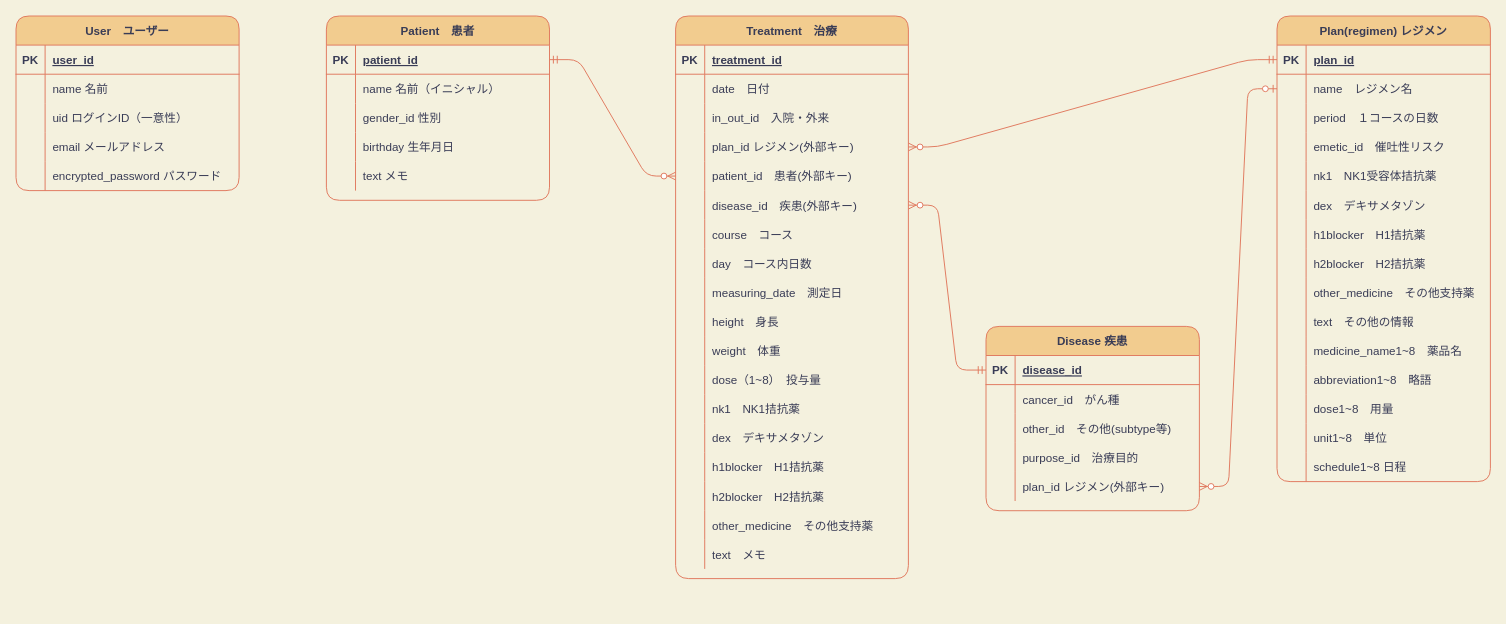
Before: ER part1-2.dio in shibayamasho/chemokan, a draw.io diagram. Source tidied: cells renumbered, new cells numbered last; positions are measured from the earlier drawing's top-left corner, leaving out a move shared by most shapes. Both pictures are drawn from the tidied source at 97%, with x=0, y=0 at pixel (16, 16).
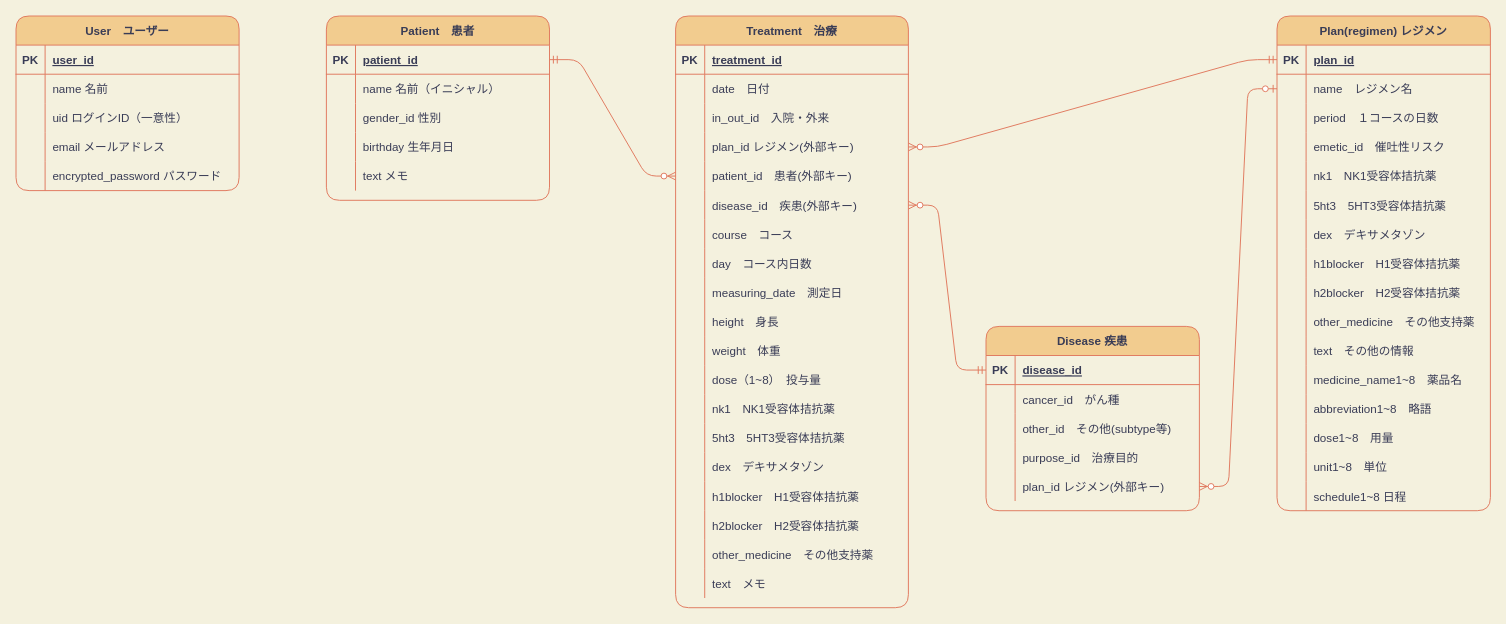
The same page after the edit.

What changed in the source:
```diff
@@
     <mxCell id="34" value="Treatment　治療" style="shape=table;startSize=30;childLayout=tableLayout;rowLines=0;fontStyle=1;align=center;fillColor=#F2CC8F;strokeColor=#E07A5F;fontColor=#393C56;rounded=1;" parent="1" vertex="1">
-      <mxGeometry x="680" width="240" height="580" as="geometry" />
+      <mxGeometry x="680" width="240" height="610" as="geometry" />
     </mxCell>
@@
+    <mxCell id="155" style="shape=partialRectangle;fillColor=none;top=0;left=0;bottom=0;right=0;strokeColor=#E07A5F;fontColor=#393C56;rounded=1;" parent="34" vertex="1">
+      <mxGeometry y="390" width="240" height="30" as="geometry" />
+    </mxCell>
+    <mxCell id="156" style="shape=partialRectangle;fillColor=none;top=0;left=0;bottom=0;right=0;overflow=hidden;strokeColor=#E07A5F;fontColor=#393C56;rounded=1;" parent="155" vertex="1">
+      <mxGeometry width="30" height="30" as="geometry" />
+    </mxCell>
+    <mxCell id="157" value="nk1　NK1受容体拮抗薬" style="shape=partialRectangle;fillColor=none;top=0;left=0;bottom=0;right=0;align=left;spacingLeft=6;overflow=hidden;strokeColor=#E07A5F;fontColor=#393C56;rounded=1;" parent="155" vertex="1">
+      <mxGeometry x="30" width="210" height="30" as="geometry" />
+    </mxCell>
     <mxCell id="71" style="shape=partialRectangle;fillColor=none;top=0;left=0;bottom=0;right=0;strokeColor=#E07A5F;fontColor=#393C56;rounded=1;" parent="34" vertex="1">
-      <mxGeometry y="390" width="240" height="30" as="geometry" />
+      <mxGeometry y="420" width="240" height="30" as="geometry" />
     </mxCell>
@@
-    <mxCell id="73" value="nk1　NK1拮抗薬" style="shape=partialRectangle;fillColor=none;top=0;left=0;bottom=0;right=0;align=left;spacingLeft=6;overflow=hidden;strokeColor=#E07A5F;fontColor=#393C56;rounded=1;" parent="71" vertex="1">
+    <mxCell id="73" value="5ht3　5HT3受容体拮抗薬" style="shape=partialRectangle;fillColor=none;top=0;left=0;bottom=0;right=0;align=left;spacingLeft=6;overflow=hidden;strokeColor=#E07A5F;fontColor=#393C56;rounded=1;" parent="71" vertex="1">
       <mxGeometry x="30" width="210" height="30" as="geometry" />
     </mxCell>
     <mxCell id="74" style="shape=partialRectangle;fillColor=none;top=0;left=0;bottom=0;right=0;strokeColor=#E07A5F;fontColor=#393C56;rounded=1;" parent="34" vertex="1">
-      <mxGeometry y="420" width="240" height="30" as="geometry" />
+      <mxGeometry y="450" width="240" height="30" as="geometry" />
     </mxCell>
@@
     <mxCell id="77" style="shape=partialRectangle;fillColor=none;top=0;left=0;bottom=0;right=0;strokeColor=#E07A5F;fontColor=#393C56;rounded=1;" parent="34" vertex="1">
-      <mxGeometry y="450" width="240" height="30" as="geometry" />
+      <mxGeometry y="480" width="240" height="30" as="geometry" />
     </mxCell>
@@
-    <mxCell id="79" value="h1blocker　H1拮抗薬" style="shape=partialRectangle;fillColor=none;top=0;left=0;bottom=0;right=0;align=left;spacingLeft=6;overflow=hidden;strokeColor=#E07A5F;fontColor=#393C56;rounded=1;" parent="77" vertex="1">
+    <mxCell id="79" value="h1blocker　H1受容体拮抗薬" style="shape=partialRectangle;fillColor=none;top=0;left=0;bottom=0;right=0;align=left;spacingLeft=6;overflow=hidden;strokeColor=#E07A5F;fontColor=#393C56;rounded=1;" parent="77" vertex="1">
       <mxGeometry x="30" width="210" height="30" as="geometry" />
     </mxCell>
     <mxCell id="80" style="shape=partialRectangle;fillColor=none;top=0;left=0;bottom=0;right=0;strokeColor=#E07A5F;fontColor=#393C56;rounded=1;" parent="34" vertex="1">
-      <mxGeometry y="480" width="240" height="30" as="geometry" />
+      <mxGeometry y="510" width="240" height="30" as="geometry" />
     </mxCell>
@@
-    <mxCell id="82" value="h2blocker　H2拮抗薬" style="shape=partialRectangle;fillColor=none;top=0;left=0;bottom=0;right=0;align=left;spacingLeft=6;overflow=hidden;strokeColor=#E07A5F;fontColor=#393C56;rounded=1;" parent="80" vertex="1">
+    <mxCell id="82" value="h2blocker　H2受容体拮抗薬" style="shape=partialRectangle;fillColor=none;top=0;left=0;bottom=0;right=0;align=left;spacingLeft=6;overflow=hidden;strokeColor=#E07A5F;fontColor=#393C56;rounded=1;" parent="80" vertex="1">
       <mxGeometry x="30" width="210" height="30" as="geometry" />
     </mxCell>
     <mxCell id="83" style="shape=partialRectangle;fillColor=none;top=0;left=0;bottom=0;right=0;strokeColor=#E07A5F;fontColor=#393C56;rounded=1;" parent="34" vertex="1">
-      <mxGeometry y="510" width="240" height="30" as="geometry" />
+      <mxGeometry y="540" width="240" height="30" as="geometry" />
     </mxCell>
@@
     <mxCell id="86" style="shape=partialRectangle;fillColor=none;top=0;left=0;bottom=0;right=0;strokeColor=#E07A5F;fontColor=#393C56;rounded=1;" parent="34" vertex="1">
-      <mxGeometry y="540" width="240" height="30" as="geometry" />
+      <mxGeometry y="570" width="240" height="30" as="geometry" />
     </mxCell>
@@
     <mxCell id="89" value="Plan(regimen) レジメン" style="shape=table;startSize=30;childLayout=tableLayout;rowLines=0;fontStyle=1;align=center;fillColor=#F2CC8F;strokeColor=#E07A5F;fontColor=#393C56;rounded=1;" parent="1" vertex="1">
-      <mxGeometry x="1300" width="220" height="480" as="geometry" />
+      <mxGeometry x="1300" width="220" height="510" as="geometry" />
     </mxCell>
@@
+    <mxCell id="158" style="shape=partialRectangle;fillColor=none;top=0;left=0;bottom=0;right=0;strokeColor=#E07A5F;fontColor=#393C56;rounded=1;" parent="89" vertex="1">
+      <mxGeometry y="180" width="220" height="30" as="geometry" />
+    </mxCell>
+    <mxCell id="159" style="shape=partialRectangle;fillColor=none;top=0;left=0;bottom=0;right=0;overflow=hidden;strokeColor=#E07A5F;fontColor=#393C56;rounded=1;" parent="158" vertex="1">
+      <mxGeometry width="30" height="30" as="geometry" />
+    </mxCell>
+    <mxCell id="160" value="5ht3　5HT3受容体拮抗薬" style="shape=partialRectangle;fillColor=none;top=0;left=0;bottom=0;right=0;align=left;spacingLeft=6;overflow=hidden;strokeColor=#E07A5F;fontColor=#393C56;rounded=1;" parent="158" vertex="1">
+      <mxGeometry x="30" width="190" height="30" as="geometry" />
+    </mxCell>
     <mxCell id="105" style="shape=partialRectangle;fillColor=none;top=0;left=0;bottom=0;right=0;strokeColor=#E07A5F;fontColor=#393C56;rounded=1;" parent="89" vertex="1">
-      <mxGeometry y="180" width="220" height="30" as="geometry" />
+      <mxGeometry y="210" width="220" height="30" as="geometry" />
     </mxCell>
@@
     <mxCell id="108" style="shape=partialRectangle;fillColor=none;top=0;left=0;bottom=0;right=0;strokeColor=#E07A5F;fontColor=#393C56;rounded=1;" parent="89" vertex="1">
-      <mxGeometry y="210" width="220" height="30" as="geometry" />
+      <mxGeometry y="240" width="220" height="30" as="geometry" />
     </mxCell>
@@
-    <mxCell id="110" value="h1blocker　H1拮抗薬" style="shape=partialRectangle;fillColor=none;top=0;left=0;bottom=0;right=0;align=left;spacingLeft=6;overflow=hidden;strokeColor=#E07A5F;fontColor=#393C56;rounded=1;" parent="108" vertex="1">
+    <mxCell id="110" value="h1blocker　H1受容体拮抗薬" style="shape=partialRectangle;fillColor=none;top=0;left=0;bottom=0;right=0;align=left;spacingLeft=6;overflow=hidden;strokeColor=#E07A5F;fontColor=#393C56;rounded=1;" parent="108" vertex="1">
       <mxGeometry x="30" width="190" height="30" as="geometry" />
     </mxCell>
     <mxCell id="111" style="shape=partialRectangle;fillColor=none;top=0;left=0;bottom=0;right=0;strokeColor=#E07A5F;fontColor=#393C56;rounded=1;" parent="89" vertex="1">
-      <mxGeometry y="240" width="220" height="30" as="geometry" />
+      <mxGeometry y="270" width="220" height="30" as="geometry" />
     </mxCell>
@@
-    <mxCell id="113" value="h2blocker　H2拮抗薬" style="shape=partialRectangle;fillColor=none;top=0;left=0;bottom=0;right=0;align=left;spacingLeft=6;overflow=hidden;strokeColor=#E07A5F;fontColor=#393C56;rounded=1;" parent="111" vertex="1">
+    <mxCell id="113" value="h2blocker　H2受容体拮抗薬" style="shape=partialRectangle;fillColor=none;top=0;left=0;bottom=0;right=0;align=left;spacingLeft=6;overflow=hidden;strokeColor=#E07A5F;fontColor=#393C56;rounded=1;" parent="111" vertex="1">
       <mxGeometry x="30" width="190" height="30" as="geometry" />
     </mxCell>
     <mxCell id="114" style="shape=partialRectangle;fillColor=none;top=0;left=0;bottom=0;right=0;strokeColor=#E07A5F;fontColor=#393C56;rounded=1;" parent="89" vertex="1">
-      <mxGeometry y="270" width="220" height="30" as="geometry" />
+      <mxGeometry y="300" width="220" height="30" as="geometry" />
     </mxCell>
@@
     <mxCell id="117" style="shape=partialRectangle;fillColor=none;top=0;left=0;bottom=0;right=0;strokeColor=#E07A5F;fontColor=#393C56;rounded=1;" parent="89" vertex="1">
-      <mxGeometry y="300" width="220" height="30" as="geometry" />
+      <mxGeometry y="330" width="220" height="30" as="geometry" />
     </mxCell>
@@
     <mxCell id="120" style="shape=partialRectangle;fillColor=none;top=0;left=0;bottom=0;right=0;strokeColor=#E07A5F;fontColor=#393C56;rounded=1;" parent="89" vertex="1">
-      <mxGeometry y="330" width="220" height="30" as="geometry" />
+      <mxGeometry y="360" width="220" height="30" as="geometry" />
     </mxCell>
@@
     <mxCell id="123" style="shape=partialRectangle;fillColor=none;top=0;left=0;bottom=0;right=0;strokeColor=#E07A5F;fontColor=#393C56;rounded=1;" parent="89" vertex="1">
-      <mxGeometry y="360" width="220" height="30" as="geometry" />
+      <mxGeometry y="390" width="220" height="30" as="geometry" />
     </mxCell>
@@
     <mxCell id="126" style="shape=partialRectangle;fillColor=none;top=0;left=0;bottom=0;right=0;strokeColor=#E07A5F;fontColor=#393C56;rounded=1;" parent="89" vertex="1">
-      <mxGeometry y="390" width="220" height="30" as="geometry" />
+      <mxGeometry y="420" width="220" height="30" as="geometry" />
     </mxCell>
@@
     <mxCell id="129" style="shape=partialRectangle;fillColor=none;top=0;left=0;bottom=0;right=0;strokeColor=#E07A5F;fontColor=#393C56;rounded=1;" parent="89" vertex="1">
-      <mxGeometry y="420" width="220" height="30" as="geometry" />
+      <mxGeometry y="450" width="220" height="30" as="geometry" />
     </mxCell>
@@
     <mxCell id="132" style="shape=partialRectangle;fillColor=none;top=0;left=0;bottom=0;right=0;strokeColor=#E07A5F;fontColor=#393C56;rounded=1;" parent="89" vertex="1">
-      <mxGeometry y="450" width="220" height="30" as="geometry" />
+      <mxGeometry y="480" width="220" height="30" as="geometry" />
     </mxCell>
```
